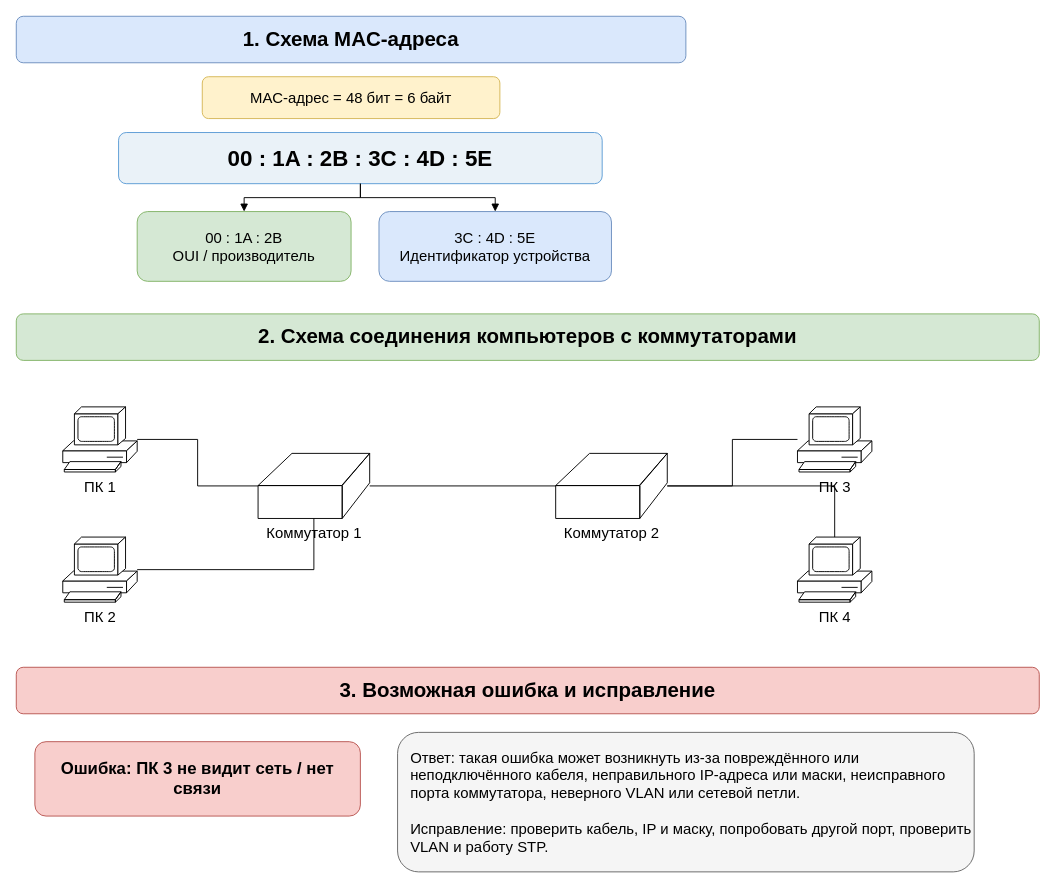
Above: labs/mac-addresses-and-switches/mac_switch_scheme.drawio in lastuser55556/computer-networks (draw.io), before the change. Source tidied: cells renumbered, new cells numbered last; positions are measured from the earlier drawing's top-left corner, leaving out a move shared by most shapes. Both pictures are drawn from the tidied source at 93%, with x=0, y=0 at pixel (16, 16).
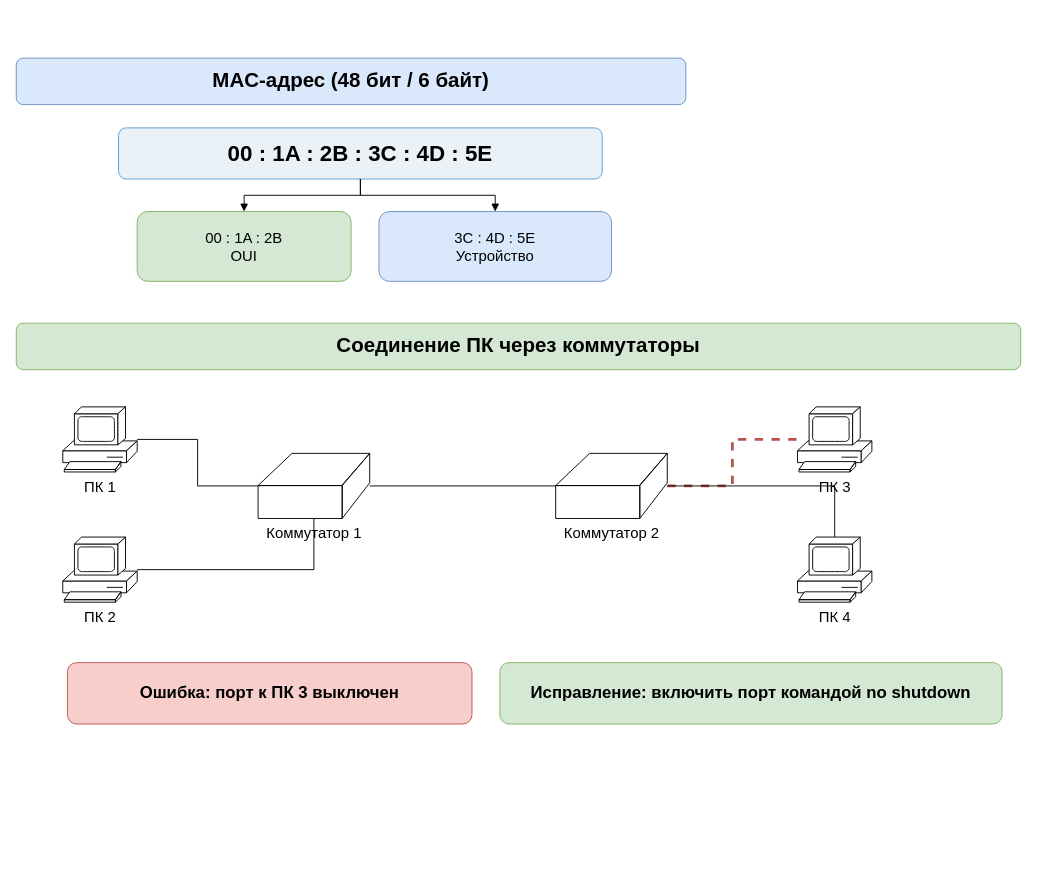
The same page after the edit.

Commit message:
docs: simplify MAC switch diagram

Unchanged cells that the change refers to:
```xml
<mxCell id="13" value="Коммутатор 2" style="shape=mxgraph.cisco.switches.workgroup_switch;html=1;verticalLabelPosition=bottom;verticalAlign=top;fontSize=16;" parent="1" vertex="1">
  <mxGeometry x="580" y="470" width="120" height="70" as="geometry" />
</mxCell>
<mxCell id="14" value="ПК 3" style="shape=mxgraph.cisco.computers_and_peripherals.pc;html=1;verticalLabelPosition=bottom;verticalAlign=top;fontSize=16;" parent="1" vertex="1">
  <mxGeometry x="840" y="420" width="80" height="70" as="geometry" />
</mxCell>
```

Change to the diagram source:
```diff
@@
-    <mxCell id="2" value="1. Схема MAC-адреса" style="rounded=1;whiteSpace=wrap;html=1;fontSize=22;fontStyle=1;fillColor=#dae8fc;strokeColor=#6c8ebf;" parent="1" vertex="1">
-      <mxGeometry width="720" height="50" as="geometry" />
+    <mxCell id="2" value="MAC-адрес (48 бит / 6 байт)" style="rounded=1;whiteSpace=wrap;html=1;fontSize=22;fontStyle=1;fillColor=#dae8fc;strokeColor=#6c8ebf;" parent="1" vertex="1">
+      <mxGeometry y="45" width="720" height="50" as="geometry" />
     </mxCell>
-    <mxCell id="3" value="MAC-адрес = 48 бит = 6 байт" style="rounded=1;whiteSpace=wrap;html=1;fontSize=16;fillColor=#fff2cc;strokeColor=#d6b656;" parent="1" vertex="1">
-      <mxGeometry x="200" y="65" width="320" height="45" as="geometry" />
-    </mxCell>
     <mxCell id="4" value="00 : 1A : 2B : 3C : 4D : 5E" style="rounded=1;whiteSpace=wrap;html=1;fontSize=24;fontStyle=1;fillColor=#eaf2f8;strokeColor=#5b9bd5;" parent="1" vertex="1">
-      <mxGeometry x="110" y="125" width="520" height="55" as="geometry" />
+      <mxGeometry x="110" y="120" width="520" height="55" as="geometry" />
     </mxCell>
-    <mxCell id="5" value="00 : 1A : 2B&#10;OUI / производитель" style="rounded=1;whiteSpace=wrap;html=1;fontSize=16;fillColor=#d5e8d4;strokeColor=#82b366;" parent="1" vertex="1">
+    <mxCell id="5" value="00 : 1A : 2B&#10;OUI" style="rounded=1;whiteSpace=wrap;html=1;fontSize=16;fillColor=#d5e8d4;strokeColor=#82b366;" parent="1" vertex="1">
       <mxGeometry x="130" y="210" width="230" height="75" as="geometry" />
     </mxCell>
-    <mxCell id="6" value="3C : 4D : 5E&#10;Идентификатор устройства" style="rounded=1;whiteSpace=wrap;html=1;fontSize=16;fillColor=#dae8fc;strokeColor=#6c8ebf;" parent="1" vertex="1">
+    <mxCell id="6" value="3C : 4D : 5E&#10;Устройство" style="rounded=1;whiteSpace=wrap;html=1;fontSize=16;fillColor=#dae8fc;strokeColor=#6c8ebf;" parent="1" vertex="1">
       <mxGeometry x="390" y="210" width="250" height="75" as="geometry" />
     </mxCell>
@@
-    <mxCell id="9" value="2. Схема соединения компьютеров с коммутаторами" style="rounded=1;whiteSpace=wrap;html=1;fontSize=22;fontStyle=1;fillColor=#d5e8d4;strokeColor=#82b366;" parent="1" vertex="1">
-      <mxGeometry y="320" width="1100" height="50" as="geometry" />
+    <mxCell id="9" value="Соединение ПК через коммутаторы" style="rounded=1;whiteSpace=wrap;html=1;fontSize=22;fontStyle=1;fillColor=#d5e8d4;strokeColor=#82b366;" parent="1" vertex="1">
+      <mxGeometry y="330" width="1080" height="50" as="geometry" />
     </mxCell>
@@
-    <mxCell id="19" style="edgeStyle=orthogonalEdgeStyle;rounded=0;html=1;endArrow=none;" parent="1" edge="1" source="13" target="14">
+    <mxCell id="19" style="edgeStyle=orthogonalEdgeStyle;rounded=0;html=1;endArrow=none;strokeColor=#b85450;strokeWidth=3;dashed=1;" parent="1" edge="1" source="13" target="14">
       <mxGeometry relative="1" as="geometry" />
     </mxCell>
@@
-    <mxCell id="21" value="3. Возможная ошибка и исправление" style="rounded=1;whiteSpace=wrap;html=1;fontSize=22;fontStyle=1;fillColor=#f8cecc;strokeColor=#b85450;" parent="1" vertex="1">
-      <mxGeometry y="700" width="1100" height="50" as="geometry" />
-    </mxCell>
-    <mxCell id="22" value="Ошибка: ПК 3 не видит сеть / нет связи" style="rounded=1;whiteSpace=wrap;html=1;fontSize=18;fontStyle=1;fillColor=#f8cecc;strokeColor=#b85450;" parent="1" vertex="1">
-      <mxGeometry x="20" y="780" width="350" height="80" as="geometry" />
+    <mxCell id="22" value="Ошибка: порт к ПК 3 выключен" style="rounded=1;whiteSpace=wrap;html=1;fontSize=18;fontStyle=1;fillColor=#f8cecc;strokeColor=#b85450;" parent="1" vertex="1">
+      <mxGeometry x="55" y="695" width="435" height="66" as="geometry" />
     </mxCell>
-    <mxCell id="23" value="Ответ: такая ошибка может возникнуть из-за повреждённого или неподключённого кабеля, неправильного IP-адреса или маски, неисправного порта коммутатора, неверного VLAN или сетевой петли.&#10;&#10;Исправление: проверить кабель, IP и маску, попробовать другой порт, проверить VLAN и работу STP." style="rounded=1;whiteSpace=wrap;html=1;fontSize=16;align=left;verticalAlign=middle;spacingLeft=12;fillColor=#f5f5f5;strokeColor=#666666;" parent="1" vertex="1">
-      <mxGeometry x="410" y="770" width="620" height="150" as="geometry" />
+    <mxCell id="23" value="Исправление: включить порт командой no shutdown" style="rounded=1;whiteSpace=wrap;html=1;fontSize=18;fontStyle=1;fillColor=#d5e8d4;strokeColor=#82b366;" parent="1" vertex="1">
+      <mxGeometry x="520" y="695" width="540" height="66" as="geometry" />
     </mxCell>
```
